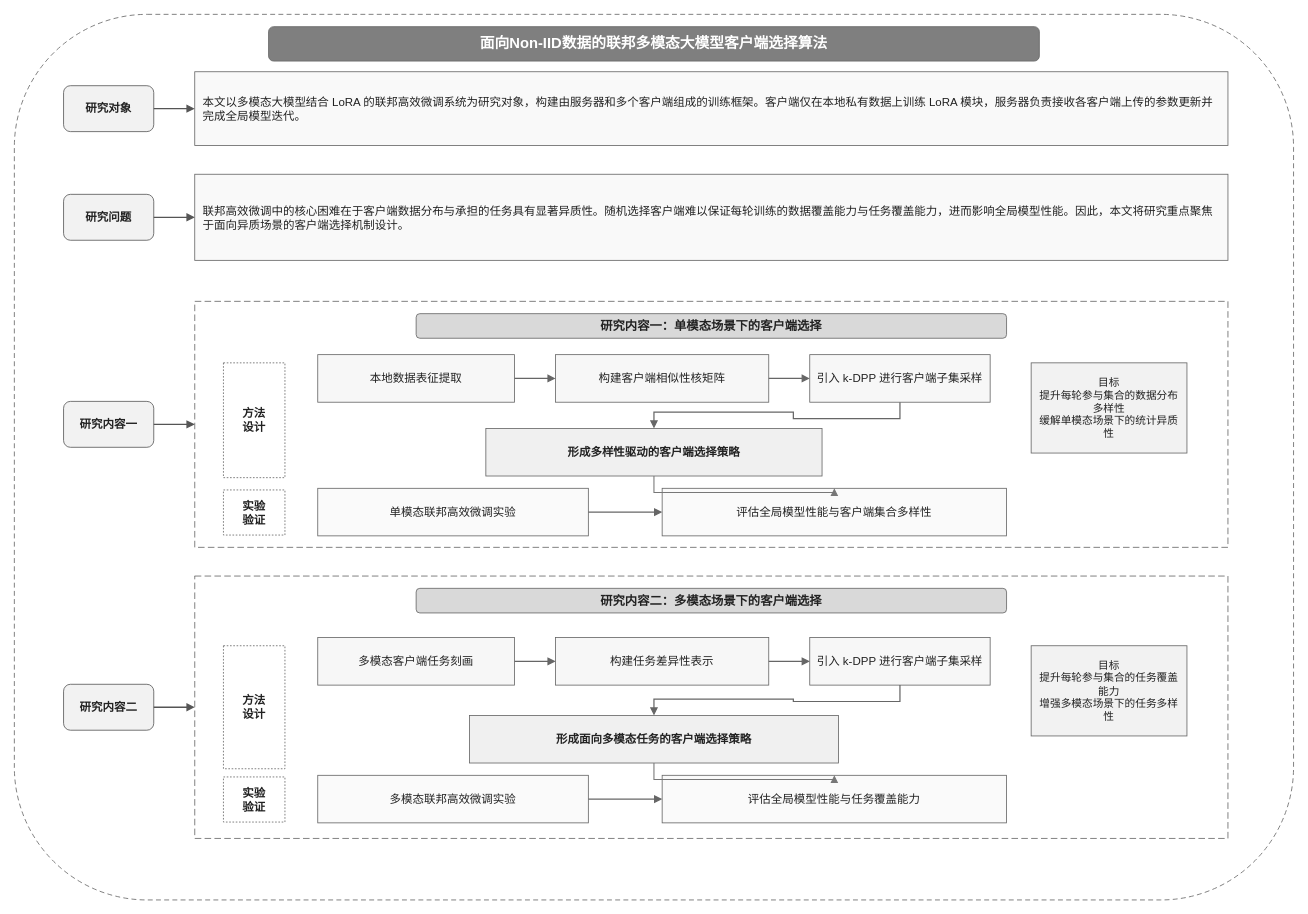
Above: 技术路线图.drawio in ahhBin/myPrivatedrawio (draw.io), before the change. Source tidied: cells renumbered, new cells numbered last; positions are measured from the earlier drawing's top-left corner, leaving out a move shared by most shapes. Both pictures are drawn from the tidied source at 82%, with x=0, y=0 at pixel (14, 14).
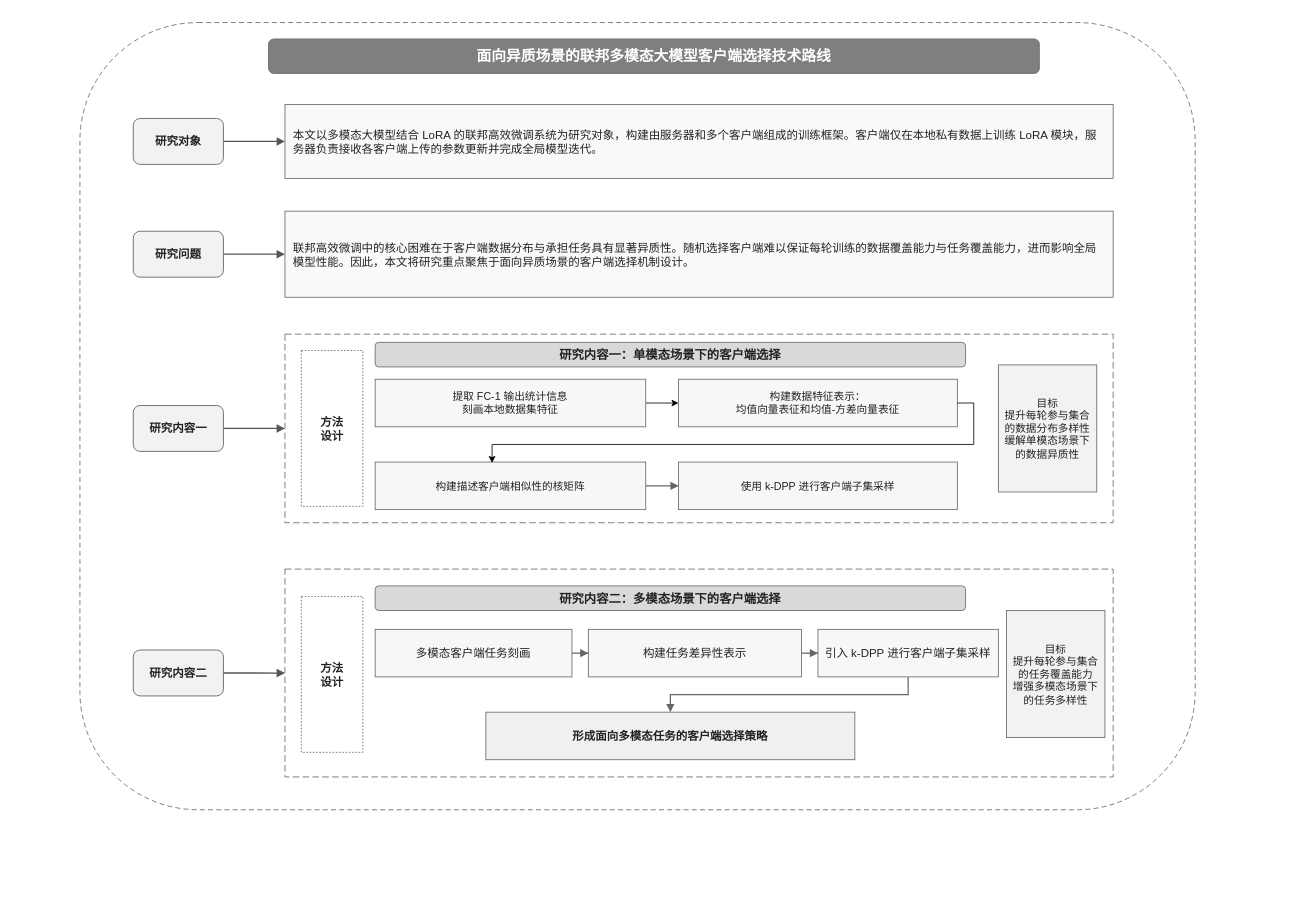
After the change.

Commit message (it also covers changes not shown here):
更新技术路线图.drawio

What changed in the source:
```diff
@@
     <mxCell id="2" style="rounded=1;whiteSpace=wrap;html=1;fillColor=#ffffff;strokeColor=#666666;dashed=1;dashPattern=6 4;" parent="1" vertex="1">
-      <mxGeometry width="1560" height="1080" as="geometry" />
+      <mxGeometry x="80" y="10" width="1360" height="960" as="geometry" />
     </mxCell>
-    <mxCell id="3" value="面向Non-IID数据的联邦多模态大模型客户端选择算法" style="rounded=1;whiteSpace=wrap;html=1;fillColor=#7f7f7f;strokeColor=#666666;fontColor=#ffffff;fontSize=18;fontStyle=1;fontFamily=Microsoft YaHei;align=center;verticalAlign=middle;" parent="1" vertex="1">
-      <mxGeometry x="310" y="15" width="940" height="42" as="geometry" />
+    <mxCell id="3" value="面向异质场景的联邦多模态大模型客户端选择技术路线" style="rounded=1;whiteSpace=wrap;html=1;fillColor=#7f7f7f;strokeColor=#666666;fontColor=#ffffff;fontSize=18;fontStyle=1;fontFamily=Microsoft YaHei;align=center;verticalAlign=middle;" parent="1" vertex="1">
+      <mxGeometry x="310" y="30" width="940" height="42" as="geometry" />
     </mxCell>
     <mxCell id="4" value="研究对象" style="rounded=1;whiteSpace=wrap;html=1;fillColor=#f2f2f2;strokeColor=#595959;fontColor=#222222;fontSize=14;fontStyle=1;fontFamily=Microsoft YaHei;align=center;verticalAlign=middle;" parent="1" vertex="1">
-      <mxGeometry x="60" y="87" width="110" height="56" as="geometry" />
+      <mxGeometry x="145" y="127" width="110" height="56" as="geometry" />
     </mxCell>
     <mxCell id="5" value="研究问题" style="rounded=1;whiteSpace=wrap;html=1;fillColor=#f2f2f2;strokeColor=#595959;fontColor=#222222;fontSize=14;fontStyle=1;fontFamily=Microsoft YaHei;align=center;verticalAlign=middle;" parent="1" vertex="1">
-      <mxGeometry x="60" y="219.5" width="110" height="56" as="geometry" />
+      <mxGeometry x="145" y="264.5" width="110" height="56" as="geometry" />
     </mxCell>
     <mxCell id="6" value="研究内容一" style="rounded=1;whiteSpace=wrap;html=1;fillColor=#f2f2f2;strokeColor=#595959;fontColor=#222222;fontSize=14;fontStyle=1;fontFamily=Microsoft YaHei;align=center;verticalAlign=middle;" parent="1" vertex="1">
-      <mxGeometry x="60" y="472" width="110" height="56" as="geometry" />
+      <mxGeometry x="145" y="477" width="110" height="56" as="geometry" />
     </mxCell>
     <mxCell id="7" value="研究内容二" style="rounded=1;whiteSpace=wrap;html=1;fillColor=#f2f2f2;strokeColor=#595959;fontColor=#222222;fontSize=14;fontStyle=1;fontFamily=Microsoft YaHei;align=center;verticalAlign=middle;" parent="1" vertex="1">
-      <mxGeometry x="60" y="817" width="110" height="56" as="geometry" />
+      <mxGeometry x="145" y="775.2" width="110" height="56" as="geometry" />
     </mxCell>
     <mxCell id="8" value="本文以多模态大模型结合 LoRA 的联邦高效微调系统为研究对象，构建由服务器和多个客户端组成的训练框架。客户端仅在本地私有数据上训练 LoRA 模块，服务器负责接收各客户端上传的参数更新并完成全局模型迭代。" style="rounded=0;whiteSpace=wrap;html=1;fillColor=#f9f9f9;strokeColor=#666666;fontColor=#222222;fontSize=14;fontFamily=Microsoft YaHei;align=left;verticalAlign=middle;spacing=10;" parent="1" vertex="1">
-      <mxGeometry x="220" y="70" width="1260" height="90" as="geometry" />
+      <mxGeometry x="330" y="110" width="1010" height="90" as="geometry" />
     </mxCell>
-    <mxCell id="9" value="联邦高效微调中的核心困难在于客户端数据分布与承担的任务具有显著异质性。随机选择客户端难以保证每轮训练的数据覆盖能力与任务覆盖能力，进而影响全局模型性能。因此，本文将研究重点聚焦于面向异质场景的客户端选择机制设计。" style="rounded=0;whiteSpace=wrap;html=1;fillColor=#f9f9f9;strokeColor=#666666;fontColor=#222222;fontSize=14;fontFamily=Microsoft YaHei;align=left;verticalAlign=middle;spacing=10;" parent="1" vertex="1">
-      <mxGeometry x="220" y="195" width="1260" height="105" as="geometry" />
+    <mxCell id="9" value="联邦高效微调中的核心困难在于客户端数据分布与承担任务具有显著异质性。随机选择客户端难以保证每轮训练的数据覆盖能力与任务覆盖能力，进而影响全局模型性能。因此，本文将研究重点聚焦于面向异质场景的客户端选择机制设计。" style="rounded=0;whiteSpace=wrap;html=1;fillColor=#f9f9f9;strokeColor=#666666;fontColor=#222222;fontSize=14;fontFamily=Microsoft YaHei;align=left;verticalAlign=middle;spacing=10;" parent="1" vertex="1">
+      <mxGeometry x="330" y="240" width="1010" height="105" as="geometry" />
     </mxCell>
     <mxCell id="10" style="rounded=0;whiteSpace=wrap;html=1;fillColor=#ffffff;strokeColor=#666666;dashed=1;dashPattern=8 4;" parent="1" vertex="1">
-      <mxGeometry x="220" y="350" width="1260" height="300" as="geometry" />
+      <mxGeometry x="330" y="390" width="1010" height="230" as="geometry" />
     </mxCell>
     <mxCell id="11" value="研究内容一：单模态场景下的客户端选择" style="rounded=1;whiteSpace=wrap;html=1;fillColor=#d9d9d9;strokeColor=#666666;fontColor=#222222;fontSize=15;fontStyle=1;fontFamily=Microsoft YaHei;align=center;verticalAlign=middle;" parent="1" vertex="1">
-      <mxGeometry x="490" y="365" width="720" height="30" as="geometry" />
+      <mxGeometry x="440" y="400" width="720" height="30" as="geometry" />
     </mxCell>
-    <mxCell id="12" value="目标&#10;提升每轮参与集合的数据分布多样性&#10;缓解单模态场景下的统计异质性" style="rounded=0;whiteSpace=wrap;html=1;fillColor=#f2f2f2;strokeColor=#666666;fontColor=#222222;fontSize=13;fontFamily=Microsoft YaHei;align=center;verticalAlign=middle;spacing=6;" parent="1" vertex="1">
-      <mxGeometry x="1240" y="425" width="190" height="110" as="geometry" />
+    <mxCell id="12" value="目标&lt;br&gt;提升每轮参与集合的数据分布多样性&lt;br&gt;缓解单模态场景下的数据异质性" style="rounded=0;whiteSpace=wrap;html=1;fillColor=#f2f2f2;strokeColor=#666666;fontColor=#222222;fontSize=13;fontFamily=Microsoft YaHei;align=center;verticalAlign=middle;spacing=6;" parent="1" vertex="1">
+      <mxGeometry x="1200" y="427.5" width="120" height="155" as="geometry" />
     </mxCell>
     <mxCell id="13" value="方法&#10;设计" style="rounded=0;whiteSpace=wrap;html=1;fillColor=#ffffff;strokeColor=#666666;dashed=1;dashPattern=2 2;fontColor=#222222;fontSize=14;fontStyle=1;fontFamily=Microsoft YaHei;align=center;verticalAlign=middle;" parent="1" vertex="1">
-      <mxGeometry x="255" y="425" width="75" height="140" as="geometry" />
+      <mxGeometry x="350" y="410" width="75" height="190" as="geometry" />
     </mxCell>
+    <mxCell id="46" style="edgeStyle=orthogonalEdgeStyle;rounded=0;jettySize=auto;html=1;exitX=1;exitY=0.5;exitDx=0;exitDy=0;entryX=0;entryY=0.5;entryDx=0;entryDy=0;" parent="1" edge="1" source="14" target="16">
+      <mxGeometry relative="1" as="geometry" />
+    </mxCell>
-    <mxCell id="14" value="本地数据表征提取" style="rounded=0;whiteSpace=wrap;html=1;fillColor=#f7f7f7;strokeColor=#666666;fontColor=#222222;fontSize=14;fontFamily=Microsoft YaHei;align=center;verticalAlign=middle;" parent="1" vertex="1">
-      <mxGeometry x="370" y="415" width="240" height="58" as="geometry" />
+    <mxCell id="14" value="提取 FC-1 输出统计信息&#10;刻画本地数据集特征" style="rounded=0;whiteSpace=wrap;html=1;fillColor=#f7f7f7;strokeColor=#666666;fontColor=#222222;fontSize=13;fontFamily=Microsoft YaHei;align=center;verticalAlign=middle;" parent="1" vertex="1">
+      <mxGeometry x="440" y="445" width="330" height="58" as="geometry" />
     </mxCell>
-    <mxCell id="15" value="构建客户端相似性核矩阵" style="rounded=0;whiteSpace=wrap;html=1;fillColor=#f7f7f7;strokeColor=#666666;fontColor=#222222;fontSize=14;fontFamily=Microsoft YaHei;align=center;verticalAlign=middle;" parent="1" vertex="1">
-      <mxGeometry x="660" y="415" width="260" height="58" as="geometry" />
-    </mxCell>
-    <mxCell id="16" value="引入 k-DPP 进行客户端子集采样" style="rounded=0;whiteSpace=wrap;html=1;fillColor=#f7f7f7;strokeColor=#666666;fontColor=#222222;fontSize=14;fontFamily=Microsoft YaHei;align=center;verticalAlign=middle;" parent="1" vertex="1">
-      <mxGeometry x="970" y="415" width="220" height="58" as="geometry" />
+    <mxCell id="16" value="构建数据特征表示：&lt;br&gt;均值向量表征和均值-方差向量表征" style="rounded=0;whiteSpace=wrap;html=1;fillColor=#f7f7f7;strokeColor=#666666;fontColor=#222222;fontSize=13;fontFamily=Microsoft YaHei;align=center;verticalAlign=middle;" parent="1" vertex="1">
+      <mxGeometry x="810" y="445" width="340" height="58" as="geometry" />
     </mxCell>
-    <mxCell id="17" value="形成多样性驱动的客户端选择策略" style="rounded=0;whiteSpace=wrap;html=1;fillColor=#f0f0f0;strokeColor=#666666;fontColor=#222222;fontSize=14;fontStyle=1;fontFamily=Microsoft YaHei;align=center;verticalAlign=middle;" parent="1" vertex="1">
-      <mxGeometry x="575" y="505" width="410" height="58" as="geometry" />
+    <mxCell id="17" value="构建描述客户端相似性的核矩阵" style="rounded=0;whiteSpace=wrap;html=1;fillColor=#f7f7f7;strokeColor=#666666;fontColor=#222222;fontSize=13;fontFamily=Microsoft YaHei;align=center;verticalAlign=middle;" parent="1" vertex="1">
+      <mxGeometry x="440" y="546" width="330" height="58" as="geometry" />
     </mxCell>
-    <mxCell id="18" value="实验&#10;验证" style="rounded=0;whiteSpace=wrap;html=1;fillColor=#ffffff;strokeColor=#666666;dashed=1;dashPattern=2 2;fontColor=#222222;fontSize=14;fontStyle=1;fontFamily=Microsoft YaHei;align=center;verticalAlign=middle;" parent="1" vertex="1">
-      <mxGeometry x="255" y="580" width="75" height="55" as="geometry" />
+    <mxCell id="18" value="使用 k-DPP 进行客户端子集采样" style="rounded=0;whiteSpace=wrap;html=1;fillColor=#f7f7f7;strokeColor=#666666;fontColor=#222222;fontSize=13;fontFamily=Microsoft YaHei;align=center;verticalAlign=middle;" parent="1" vertex="1">
+      <mxGeometry x="810" y="546" width="340" height="58" as="geometry" />
     </mxCell>
-    <mxCell id="19" value="单模态联邦高效微调实验" style="rounded=0;whiteSpace=wrap;html=1;fillColor=#fafafa;strokeColor=#666666;fontColor=#222222;fontSize=14;fontFamily=Microsoft YaHei;align=center;verticalAlign=middle;" parent="1" vertex="1">
-      <mxGeometry x="370" y="578" width="330" height="58" as="geometry" />
-    </mxCell>
-    <mxCell id="20" value="评估全局模型性能与客户端集合多样性" style="rounded=0;whiteSpace=wrap;html=1;fillColor=#fafafa;strokeColor=#666666;fontColor=#222222;fontSize=14;fontFamily=Microsoft YaHei;align=center;verticalAlign=middle;" parent="1" vertex="1">
-      <mxGeometry x="790" y="578" width="420" height="58" as="geometry" />
-    </mxCell>
     <mxCell id="21" style="rounded=0;whiteSpace=wrap;html=1;fillColor=#ffffff;strokeColor=#666666;dashed=1;dashPattern=8 4;" parent="1" vertex="1">
-      <mxGeometry x="220" y="685" width="1260" height="320" as="geometry" />
+      <mxGeometry x="330" y="676.5" width="1010" height="253.5" as="geometry" />
     </mxCell>
     <mxCell id="22" value="研究内容二：多模态场景下的客户端选择" style="rounded=1;whiteSpace=wrap;html=1;fillColor=#d9d9d9;strokeColor=#666666;fontColor=#222222;fontSize=15;fontStyle=1;fontFamily=Microsoft YaHei;align=center;verticalAlign=middle;" parent="1" vertex="1">
-      <mxGeometry x="490" y="700" width="720" height="30" as="geometry" />
+      <mxGeometry x="440" y="697" width="720" height="30" as="geometry" />
     </mxCell>
     <mxCell id="23" value="目标&#10;提升每轮参与集合的任务覆盖能力&#10;增强多模态场景下的任务多样性" style="rounded=0;whiteSpace=wrap;html=1;fillColor=#f2f2f2;strokeColor=#666666;fontColor=#222222;fontSize=13;fontFamily=Microsoft YaHei;align=center;verticalAlign=middle;spacing=6;" parent="1" vertex="1">
-      <mxGeometry x="1240" y="770" width="190" height="110" as="geometry" />
+      <mxGeometry x="1210" y="727" width="120" height="155" as="geometry" />
     </mxCell>
-    <mxCell id="24" value="方法&#10;设计" style="rounded=0;whiteSpace=wrap;html=1;fillColor=#ffffff;strokeColor=#666666;dashed=1;dashPattern=2 2;fontColor=#222222;fontSize=14;fontStyle=1;fontFamily=Microsoft YaHei;align=center;verticalAlign=middle;" parent="1" vertex="1">
-      <mxGeometry x="255" y="770" width="75" height="150" as="geometry" />
-    </mxCell>
     <mxCell id="25" value="多模态客户端任务刻画" style="rounded=0;whiteSpace=wrap;html=1;fillColor=#f7f7f7;strokeColor=#666666;fontColor=#222222;fontSize=14;fontFamily=Microsoft YaHei;align=center;verticalAlign=middle;" parent="1" vertex="1">
-      <mxGeometry x="370" y="760" width="240" height="58" as="geometry" />
+      <mxGeometry x="440" y="750" width="240" height="58" as="geometry" />
     </mxCell>
     <mxCell id="26" value="构建任务差异性表示" style="rounded=0;whiteSpace=wrap;html=1;fillColor=#f7f7f7;strokeColor=#666666;fontColor=#222222;fontSize=14;fontFamily=Microsoft YaHei;align=center;verticalAlign=middle;" parent="1" vertex="1">
-      <mxGeometry x="660" y="760" width="260" height="58" as="geometry" />
+      <mxGeometry x="700" y="750" width="260" height="58" as="geometry" />
     </mxCell>
     <mxCell id="27" value="引入 k-DPP 进行客户端子集采样" style="rounded=0;whiteSpace=wrap;html=1;fillColor=#f7f7f7;strokeColor=#666666;fontColor=#222222;fontSize=14;fontFamily=Microsoft YaHei;align=center;verticalAlign=middle;" parent="1" vertex="1">
-      <mxGeometry x="970" y="760" width="220" height="58" as="geometry" />
+      <mxGeometry x="980" y="750" width="220" height="58" as="geometry" />
     </mxCell>
     <mxCell id="28" value="形成面向多模态任务的客户端选择策略" style="rounded=0;whiteSpace=wrap;html=1;fillColor=#f0f0f0;strokeColor=#666666;fontColor=#222222;fontSize=14;fontStyle=1;fontFamily=Microsoft YaHei;align=center;verticalAlign=middle;" parent="1" vertex="1">
-      <mxGeometry x="555" y="855" width="450" height="58" as="geometry" />
+      <mxGeometry x="575" y="851" width="450" height="58" as="geometry" />
     </mxCell>
-    <mxCell id="29" value="实验&#10;验证" style="rounded=0;whiteSpace=wrap;html=1;fillColor=#ffffff;strokeColor=#666666;dashed=1;dashPattern=2 2;fontColor=#222222;fontSize=14;fontStyle=1;fontFamily=Microsoft YaHei;align=center;verticalAlign=middle;" parent="1" vertex="1">
-      <mxGeometry x="255" y="930" width="75" height="55" as="geometry" />
-    </mxCell>
-    <mxCell id="30" value="多模态联邦高效微调实验" style="rounded=0;whiteSpace=wrap;html=1;fillColor=#fafafa;strokeColor=#666666;fontColor=#222222;fontSize=14;fontFamily=Microsoft YaHei;align=center;verticalAlign=middle;" parent="1" vertex="1">
-      <mxGeometry x="370" y="928" width="330" height="58" as="geometry" />
-    </mxCell>
-    <mxCell id="31" value="评估全局模型性能与任务覆盖能力" style="rounded=0;whiteSpace=wrap;html=1;fillColor=#fafafa;strokeColor=#666666;fontColor=#222222;fontSize=14;fontFamily=Microsoft YaHei;align=center;verticalAlign=middle;" parent="1" vertex="1">
-      <mxGeometry x="790" y="928" width="420" height="58" as="geometry" />
-    </mxCell>
@@
-    <mxCell id="36" style="edgeStyle=orthogonalEdgeStyle;rounded=0;jettySize=auto;html=1;endArrow=block;endFill=1;strokeWidth=1.5;strokeColor=#666666;" parent="1" edge="1" source="14" target="15">
-      <mxGeometry relative="1" as="geometry" />
-    </mxCell>
-    <mxCell id="37" style="edgeStyle=orthogonalEdgeStyle;rounded=0;jettySize=auto;html=1;endArrow=block;endFill=1;strokeWidth=1.5;strokeColor=#666666;" parent="1" edge="1" source="15" target="16">
-      <mxGeometry relative="1" as="geometry" />
-    </mxCell>
-    <mxCell id="38" style="edgeStyle=orthogonalEdgeStyle;rounded=0;jettySize=auto;html=1;endArrow=block;endFill=1;strokeWidth=1.5;strokeColor=#666666;" parent="1" edge="1" source="16" target="17">
-      <mxGeometry relative="1" as="geometry" />
-    </mxCell>
-    <mxCell id="39" style="edgeStyle=orthogonalEdgeStyle;rounded=0;jettySize=auto;html=1;endArrow=block;endFill=1;strokeWidth=1.5;strokeColor=#666666;" parent="1" edge="1" source="19" target="20">
+    <mxCell id="39" style="edgeStyle=orthogonalEdgeStyle;rounded=0;jettySize=auto;html=1;endArrow=block;endFill=1;strokeWidth=1.5;strokeColor=#666666;" parent="1" edge="1" source="17" target="18">
       <mxGeometry relative="1" as="geometry" />
     </mxCell>
-    <mxCell id="40" style="edgeStyle=orthogonalEdgeStyle;rounded=0;jettySize=auto;html=1;endArrow=block;endFill=1;strokeWidth=1.3;strokeColor=#777777;" parent="1" edge="1" source="17" target="20">
-      <mxGeometry relative="1" as="geometry" />
-    </mxCell>
@@
-    <mxCell id="44" style="edgeStyle=orthogonalEdgeStyle;rounded=0;jettySize=auto;html=1;endArrow=block;endFill=1;strokeWidth=1.5;strokeColor=#666666;" parent="1" edge="1" source="30" target="31">
-      <mxGeometry relative="1" as="geometry" />
+    <mxCell id="44" style="edgeStyle=orthogonalEdgeStyle;rounded=0;orthogonalLoop=1;jettySize=auto;html=1;endArrow=block;endFill=1;strokeWidth=1.5;strokeColor=#666666;" parent="1" edge="1">
+      <mxGeometry relative="1" as="geometry">
+        <mxPoint x="700" y="1017" as="sourcePoint" />
+      </mxGeometry>
     </mxCell>
-    <mxCell id="45" style="edgeStyle=orthogonalEdgeStyle;rounded=0;jettySize=auto;html=1;endArrow=block;endFill=1;strokeWidth=1.3;strokeColor=#777777;" parent="1" edge="1" source="28" target="31">
-      <mxGeometry relative="1" as="geometry" />
-    </mxCell>
+    <mxCell id="38" style="edgeStyle=orthogonalEdgeStyle;rounded=0;jettySize=auto;html=1;exitX=1;exitY=0.5;exitDx=0;exitDy=0;entryX=0.432;entryY=0.019;entryDx=0;entryDy=0;entryPerimeter=0;" parent="1" edge="1" source="16" target="17">
+      <mxGeometry relative="1" as="geometry" />
+    </mxCell>
+    <mxCell id="24" value="方法&#10;设计" style="rounded=0;whiteSpace=wrap;html=1;fillColor=#ffffff;strokeColor=#666666;dashed=1;dashPattern=2 2;fontColor=#222222;fontSize=14;fontStyle=1;fontFamily=Microsoft YaHei;align=center;verticalAlign=middle;" parent="1" vertex="1">
+      <mxGeometry x="350" y="710" width="75" height="190" as="geometry" />
+    </mxCell>
```
